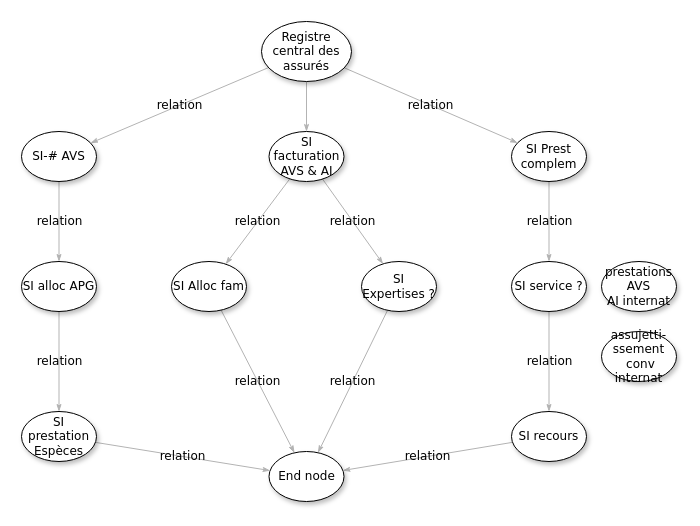
Before: page "SystèmesCdC" (2 of 2) of CdC-context.drawio in Helena-Zuk/github-slideshow, a draw.io diagram. Source tidied: cells renumbered, new cells numbered last; positions are measured from the earlier drawing's top-left corner, leaving out a move shared by most shapes. Both pictures are drawn from the tidied source at 100%, with x=0, y=0 at pixel (21, 21).
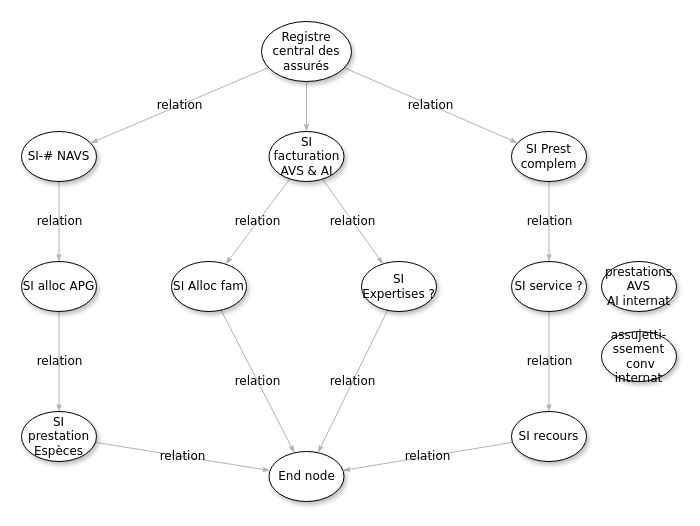
After the change.

The edit, as a diff of the source:
```diff
@@
-    <mxCell id="21" value="SI-# AVS" style="ellipse;whiteSpace=wrap;html=1;rounded=0;shadow=1;comic=0;labelBackgroundColor=none;strokeWidth=1;fontFamily=Verdana;fontSize=12;align=center;" parent="1" vertex="1">
+    <mxCell id="21" value="SI-# NAVS" style="ellipse;whiteSpace=wrap;html=1;rounded=0;shadow=1;comic=0;labelBackgroundColor=none;strokeWidth=1;fontFamily=Verdana;fontSize=12;align=center;" parent="1" vertex="1">
       <mxGeometry y="110" width="75" height="50" as="geometry" />
     </mxCell>
```
